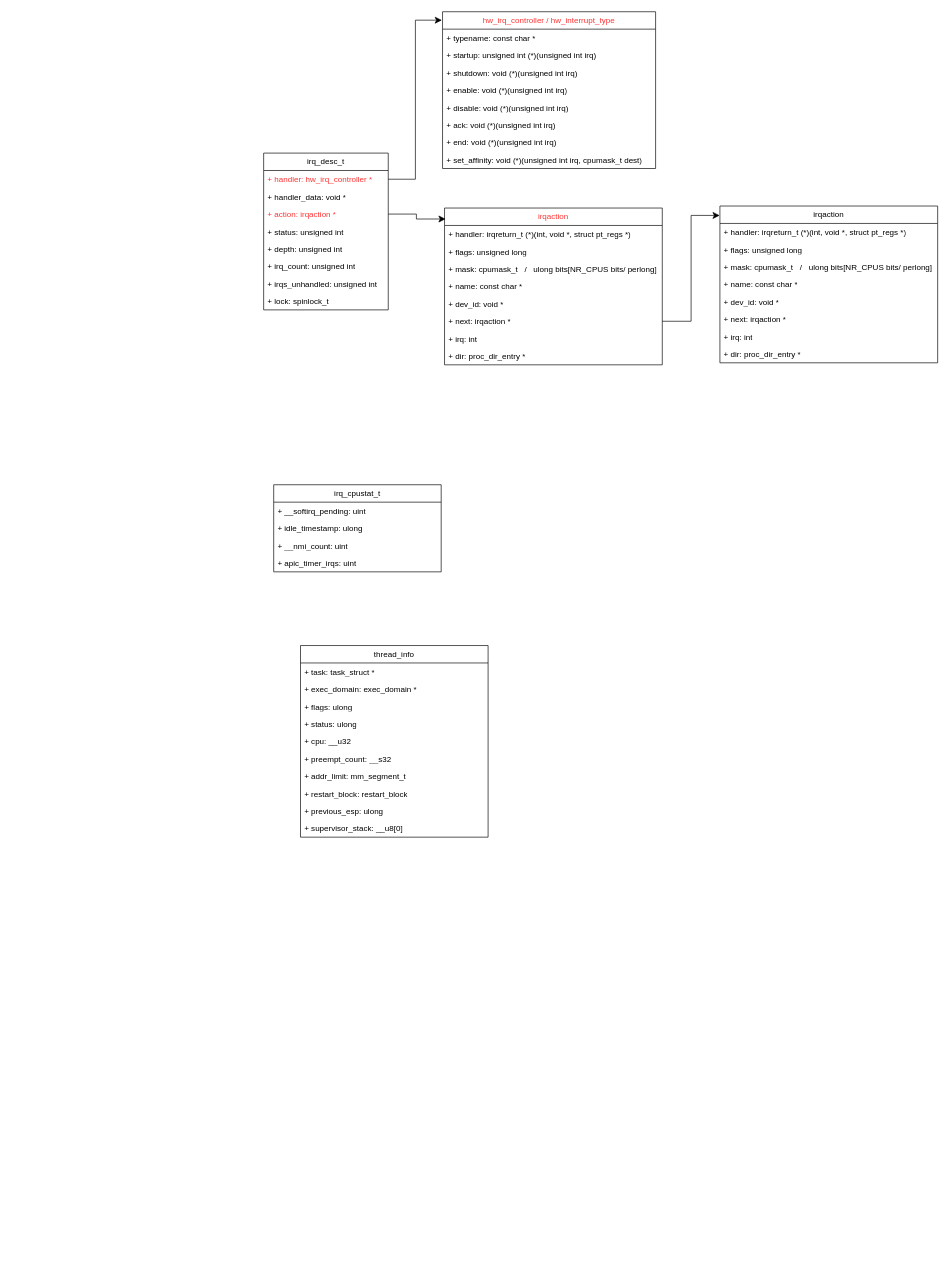
This is page "interrupt" (1 of 5) of utlk.drawio from Chouly/my-games, a draw.io file, before an edit. Source tidied: cells renumbered, new cells numbered last; positions are measured from the earlier drawing's top-left corner, leaving out a move shared by most shapes. Both pictures are drawn from the tidied source at 67%, with x=0, y=0 at pixel (263, 11).
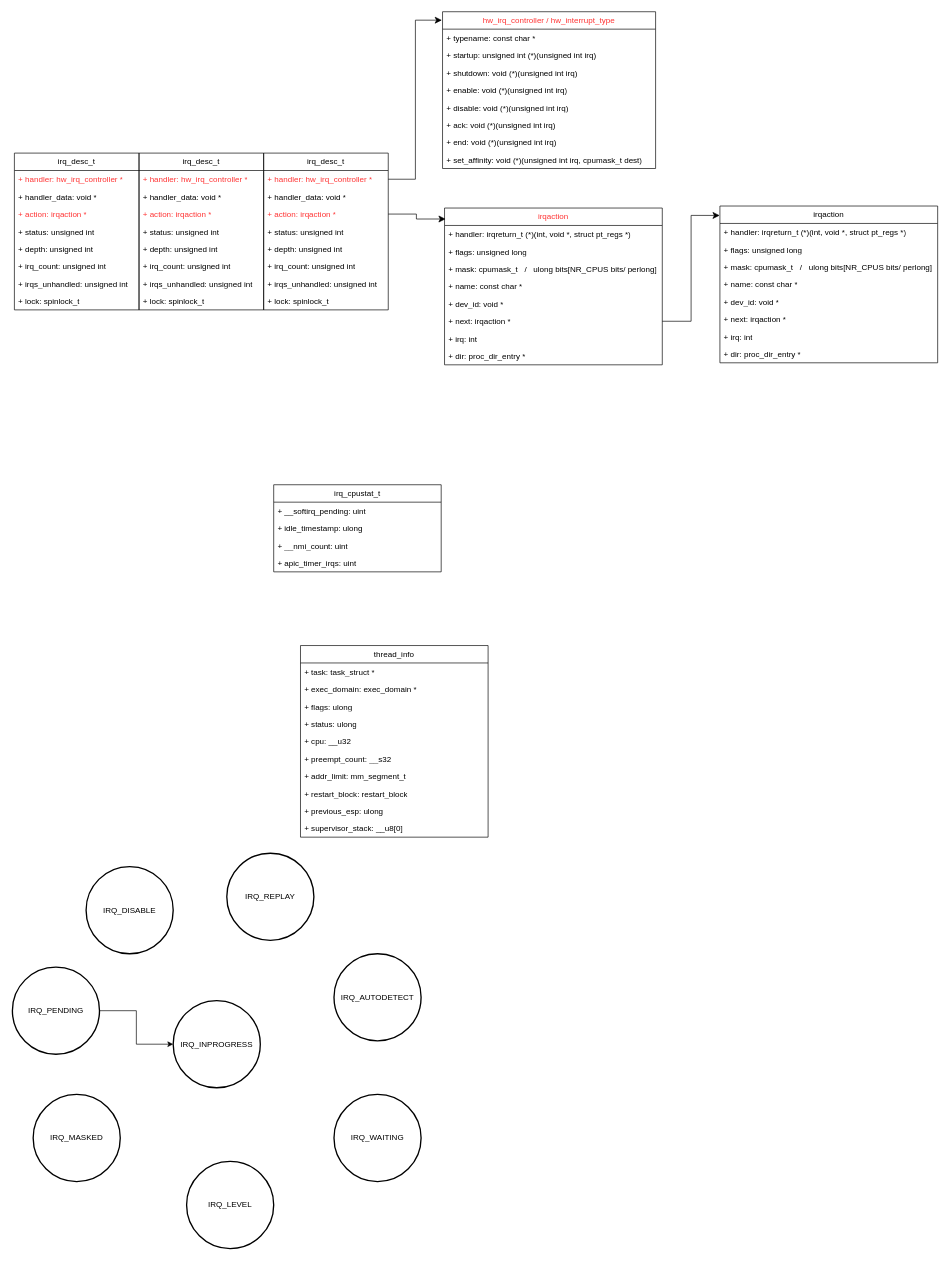
The same diagram, later.

What changed in the source:
```diff
@@
+    <mxCell id="57" value="irq_desc_t" style="swimlane;fontStyle=0;horizontal=1;startSize=26;fillColor=none;whiteSpace=wrap;html=1;" parent="1" vertex="1">
+      <mxGeometry x="-186" y="211" width="186" height="234" as="geometry" />
+    </mxCell>
+    <mxCell id="58" value="&lt;font color=&quot;#ff3333&quot;&gt;+ handler: hw_irq_controller *&lt;/font&gt;" style="text;strokeColor=none;fillColor=none;align=left;verticalAlign=top;spacingLeft=4;spacingRight=4;overflow=hidden;whiteSpace=wrap;html=1;" parent="57" vertex="1">
+      <mxGeometry y="26" width="186" height="26" as="geometry" />
+    </mxCell>
+    <mxCell id="59" value="+ handler_data: void *" style="text;strokeColor=none;fillColor=none;align=left;verticalAlign=top;spacingLeft=4;spacingRight=4;overflow=hidden;whiteSpace=wrap;html=1;" parent="57" vertex="1">
+      <mxGeometry y="52" width="186" height="26" as="geometry" />
+    </mxCell>
+    <mxCell id="60" value="&lt;font color=&quot;#ff3333&quot;&gt;+ action: irqaction *&lt;/font&gt;" style="text;strokeColor=none;fillColor=none;align=left;verticalAlign=top;spacingLeft=4;spacingRight=4;overflow=hidden;whiteSpace=wrap;html=1;" parent="57" vertex="1">
+      <mxGeometry y="78" width="186" height="26" as="geometry" />
+    </mxCell>
+    <mxCell id="61" value="+ status: unsigned int" style="text;strokeColor=none;fillColor=none;align=left;verticalAlign=top;spacingLeft=4;spacingRight=4;overflow=hidden;whiteSpace=wrap;html=1;" parent="57" vertex="1">
+      <mxGeometry y="104" width="186" height="26" as="geometry" />
+    </mxCell>
+    <mxCell id="62" value="+ depth: unsigned int" style="text;strokeColor=none;fillColor=none;align=left;verticalAlign=top;spacingLeft=4;spacingRight=4;overflow=hidden;whiteSpace=wrap;html=1;" parent="57" vertex="1">
+      <mxGeometry y="130" width="186" height="26" as="geometry" />
+    </mxCell>
+    <mxCell id="63" value="+ irq_count: unsigned int" style="text;strokeColor=none;fillColor=none;align=left;verticalAlign=top;spacingLeft=4;spacingRight=4;overflow=hidden;whiteSpace=wrap;html=1;" parent="57" vertex="1">
+      <mxGeometry y="156" width="186" height="26" as="geometry" />
+    </mxCell>
+    <mxCell id="64" value="+ irqs_unhandled: unsigned int" style="text;strokeColor=none;fillColor=none;align=left;verticalAlign=top;spacingLeft=4;spacingRight=4;overflow=hidden;whiteSpace=wrap;html=1;" parent="57" vertex="1">
+      <mxGeometry y="182" width="186" height="26" as="geometry" />
+    </mxCell>
+    <mxCell id="65" value="+ lock: spinlock_t" style="text;strokeColor=none;fillColor=none;align=left;verticalAlign=top;spacingLeft=4;spacingRight=4;overflow=hidden;whiteSpace=wrap;html=1;" parent="57" vertex="1">
+      <mxGeometry y="208" width="186" height="26" as="geometry" />
+    </mxCell>
+    <mxCell id="66" value="irq_desc_t" style="swimlane;fontStyle=0;horizontal=1;startSize=26;fillColor=none;whiteSpace=wrap;html=1;" parent="1" vertex="1">
+      <mxGeometry x="-372" y="211" width="186" height="234" as="geometry" />
+    </mxCell>
+    <mxCell id="67" value="&lt;font color=&quot;#ff3333&quot;&gt;+ handler: hw_irq_controller *&lt;/font&gt;" style="text;strokeColor=none;fillColor=none;align=left;verticalAlign=top;spacingLeft=4;spacingRight=4;overflow=hidden;whiteSpace=wrap;html=1;" parent="66" vertex="1">
+      <mxGeometry y="26" width="186" height="26" as="geometry" />
+    </mxCell>
+    <mxCell id="68" value="+ handler_data: void *" style="text;strokeColor=none;fillColor=none;align=left;verticalAlign=top;spacingLeft=4;spacingRight=4;overflow=hidden;whiteSpace=wrap;html=1;" parent="66" vertex="1">
+      <mxGeometry y="52" width="186" height="26" as="geometry" />
+    </mxCell>
+    <mxCell id="69" value="&lt;font color=&quot;#ff3333&quot;&gt;+ action: irqaction *&lt;/font&gt;" style="text;strokeColor=none;fillColor=none;align=left;verticalAlign=top;spacingLeft=4;spacingRight=4;overflow=hidden;whiteSpace=wrap;html=1;" parent="66" vertex="1">
+      <mxGeometry y="78" width="186" height="26" as="geometry" />
+    </mxCell>
+    <mxCell id="70" value="+ status: unsigned int" style="text;strokeColor=none;fillColor=none;align=left;verticalAlign=top;spacingLeft=4;spacingRight=4;overflow=hidden;whiteSpace=wrap;html=1;" parent="66" vertex="1">
+      <mxGeometry y="104" width="186" height="26" as="geometry" />
+    </mxCell>
+    <mxCell id="71" value="+ depth: unsigned int" style="text;strokeColor=none;fillColor=none;align=left;verticalAlign=top;spacingLeft=4;spacingRight=4;overflow=hidden;whiteSpace=wrap;html=1;" parent="66" vertex="1">
+      <mxGeometry y="130" width="186" height="26" as="geometry" />
+    </mxCell>
+    <mxCell id="72" value="+ irq_count: unsigned int" style="text;strokeColor=none;fillColor=none;align=left;verticalAlign=top;spacingLeft=4;spacingRight=4;overflow=hidden;whiteSpace=wrap;html=1;" parent="66" vertex="1">
+      <mxGeometry y="156" width="186" height="26" as="geometry" />
+    </mxCell>
+    <mxCell id="73" value="+ irqs_unhandled: unsigned int" style="text;strokeColor=none;fillColor=none;align=left;verticalAlign=top;spacingLeft=4;spacingRight=4;overflow=hidden;whiteSpace=wrap;html=1;" parent="66" vertex="1">
+      <mxGeometry y="182" width="186" height="26" as="geometry" />
+    </mxCell>
+    <mxCell id="74" value="+ lock: spinlock_t" style="text;strokeColor=none;fillColor=none;align=left;verticalAlign=top;spacingLeft=4;spacingRight=4;overflow=hidden;whiteSpace=wrap;html=1;" parent="66" vertex="1">
+      <mxGeometry y="208" width="186" height="26" as="geometry" />
+    </mxCell>
+    <mxCell id="75" value="IRQ_INPROGRESS" style="strokeWidth=2;html=1;shape=mxgraph.flowchart.start_2;whiteSpace=wrap;" parent="1" vertex="1">
+      <mxGeometry x="-135" y="1476" width="130" height="130" as="geometry" />
+    </mxCell>
+    <mxCell id="76" value="IRQ_LEVEL" style="strokeWidth=2;html=1;shape=mxgraph.flowchart.start_2;whiteSpace=wrap;" parent="1" vertex="1">
+      <mxGeometry x="-115" y="1716" width="130" height="130" as="geometry" />
+    </mxCell>
+    <mxCell id="77" value="IRQ_WAITING" style="strokeWidth=2;html=1;shape=mxgraph.flowchart.start_2;whiteSpace=wrap;" parent="1" vertex="1">
+      <mxGeometry x="105" y="1616" width="130" height="130" as="geometry" />
+    </mxCell>
+    <mxCell id="78" value="IRQ_AUTODETECT" style="strokeWidth=2;html=1;shape=mxgraph.flowchart.start_2;whiteSpace=wrap;" parent="1" vertex="1">
+      <mxGeometry x="105" y="1406" width="130" height="130" as="geometry" />
+    </mxCell>
+    <mxCell id="79" value="IRQ_REPLAY" style="strokeWidth=2;html=1;shape=mxgraph.flowchart.start_2;whiteSpace=wrap;" parent="1" vertex="1">
+      <mxGeometry x="-55" y="1256" width="130" height="130" as="geometry" />
+    </mxCell>
+    <mxCell id="80" value="IRQ_PENDING" style="strokeWidth=2;html=1;shape=mxgraph.flowchart.start_2;whiteSpace=wrap;" parent="1" vertex="1">
+      <mxGeometry x="-375" y="1426" width="130" height="130" as="geometry" />
+    </mxCell>
+    <mxCell id="81" value="IRQ_DISABLE" style="strokeWidth=2;html=1;shape=mxgraph.flowchart.start_2;whiteSpace=wrap;" parent="1" vertex="1">
+      <mxGeometry x="-265" y="1276" width="130" height="130" as="geometry" />
+    </mxCell>
+    <mxCell id="82" value="IRQ_MASKED" style="strokeWidth=2;html=1;shape=mxgraph.flowchart.start_2;whiteSpace=wrap;" parent="1" vertex="1">
+      <mxGeometry x="-344" y="1616" width="130" height="130" as="geometry" />
+    </mxCell>
+    <mxCell id="83" style="edgeStyle=orthogonalEdgeStyle;rounded=0;jettySize=auto;html=1;exitX=1;exitY=0.5;exitDx=0;exitDy=0;exitPerimeter=0;entryX=0;entryY=0.5;entryDx=0;entryDy=0;entryPerimeter=0;" parent="1" edge="1" source="80" target="75">
+      <mxGeometry relative="1" as="geometry" />
+    </mxCell>
```
